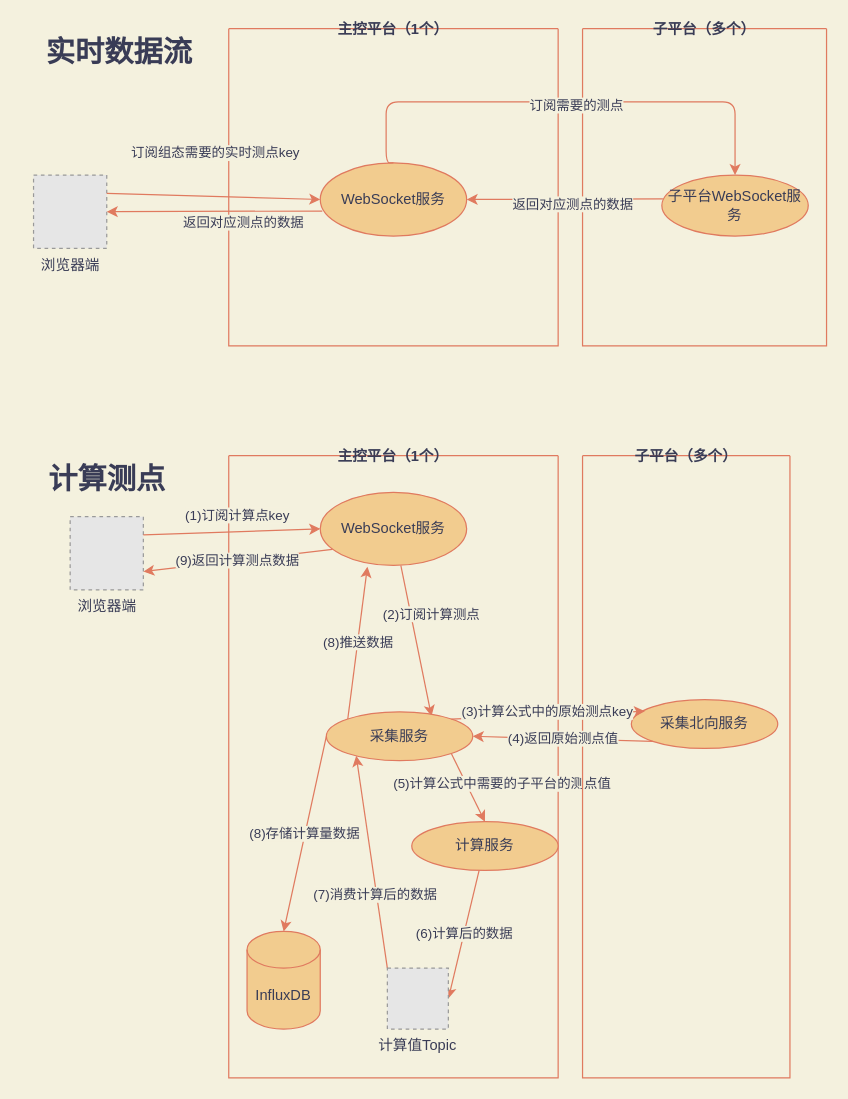
This is page "实时数据" (3 of 3) of test.drawio from Jarris3154/drawios, a draw.io file, before an edit. Source tidied: cells renumbered, new cells numbered last; positions are measured from the earlier drawing's top-left corner, leaving out a move shared by most shapes. Both pictures are drawn from the tidied source at 122%, with x=0, y=0 at pixel (21, 28). Pictures stored in the file or linked from it are replaced by grey dashed boxes.
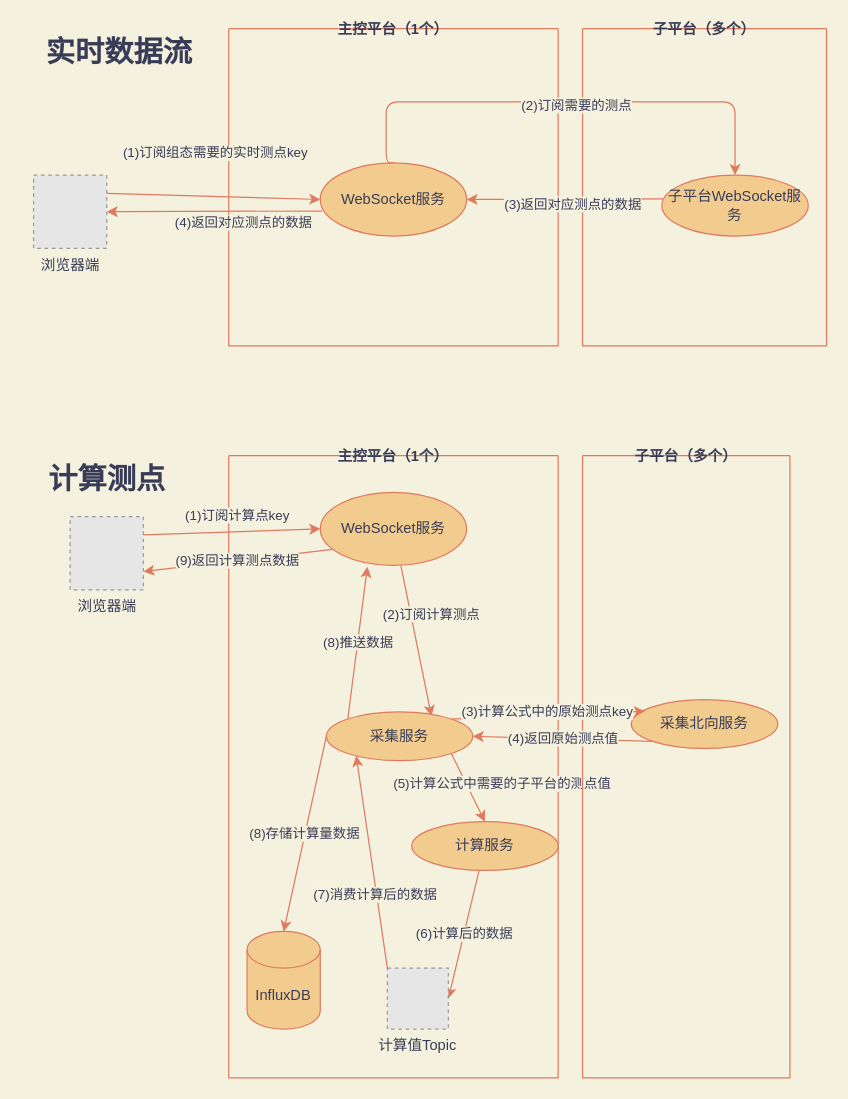
The same diagram, later.

Commit message:
更新实时数据的序列

The change refers to these unchanged cells:
```xml
<mxCell id="5" style="endArrow=classic;html=1;entryX=0;entryY=0.5;entryDx=0;entryDy=0;exitX=1;exitY=0.25;exitDx=0;exitDy=0;strokeColor=#E07A5F;fontColor=#393C56;labelBackgroundColor=#F4F1DE;" parent="1" edge="1" source="2" target="4">
  <mxGeometry relative="1" as="geometry" />
</mxCell>
<mxCell id="9" style="edgeStyle=orthogonalEdgeStyle;jettySize=auto;html=1;exitX=0.5;exitY=0;exitDx=0;exitDy=0;entryX=0.5;entryY=0;entryDx=0;entryDy=0;strokeColor=#E07A5F;fontColor=#393C56;labelBackgroundColor=#F4F1DE;" parent="1" edge="1" source="4" target="8">
  <mxGeometry relative="1" as="geometry">
    <Array as="points">
      <mxPoint x="299" y="60" />
      <mxPoint x="585" y="60" />
    </Array>
  </mxGeometry>
</mxCell>
<mxCell id="11" style="endArrow=classic;html=1;exitX=0.007;exitY=0.39;exitDx=0;exitDy=0;exitPerimeter=0;entryX=1;entryY=0.5;entryDx=0;entryDy=0;strokeColor=#E07A5F;fontColor=#393C56;labelBackgroundColor=#F4F1DE;" parent="1" edge="1" source="8" target="4">
  <mxGeometry relative="1" as="geometry" />
</mxCell>
<mxCell id="13" style="endArrow=classic;html=1;exitX=0.014;exitY=0.658;exitDx=0;exitDy=0;exitPerimeter=0;entryX=1;entryY=0.5;entryDx=0;entryDy=0;strokeColor=#E07A5F;fontColor=#393C56;labelBackgroundColor=#F4F1DE;" parent="1" edge="1" source="4" target="2">
  <mxGeometry relative="1" as="geometry" />
</mxCell>
```

Change to the diagram source:
```diff
@@
-    <mxCell id="6" value="订阅组态需要的实时测点key" style="edgeLabel;html=1;align=center;verticalAlign=middle;fontColor=#393C56;labelBackgroundColor=#F4F1DE;" parent="5" vertex="1">
+    <mxCell id="6" value="(1)订阅组态需要的实时测点key" style="edgeLabel;html=1;align=center;verticalAlign=middle;fontColor=#393C56;labelBackgroundColor=#F4F1DE;" parent="5" vertex="1">
       <mxGeometry x="-0.71" y="2" relative="1" as="geometry">
         <mxPoint x="63" y="-32" as="offset" />
       </mxGeometry>
     </mxCell>
@@
-    <mxCell id="10" value="订阅需要的测点" style="edgeLabel;html=1;align=center;verticalAlign=middle;fontColor=#393C56;labelBackgroundColor=#F4F1DE;" parent="9" vertex="1">
+    <mxCell id="10" value="(2)订阅需要的测点" style="edgeLabel;html=1;align=center;verticalAlign=middle;fontColor=#393C56;labelBackgroundColor=#F4F1DE;" parent="9" vertex="1">
       <mxGeometry x="0.05" y="-2" relative="1" as="geometry" />
     </mxCell>
@@
-    <mxCell id="12" value="返回对应测点的数据" style="edgeLabel;html=1;align=center;verticalAlign=middle;fontColor=#393C56;labelBackgroundColor=#F4F1DE;" parent="11" vertex="1">
+    <mxCell id="12" value="(3)返回对应测点的数据" style="edgeLabel;html=1;align=center;verticalAlign=middle;fontColor=#393C56;labelBackgroundColor=#F4F1DE;" parent="11" vertex="1">
       <mxGeometry x="-0.49" y="2" relative="1" as="geometry">
         <mxPoint x="-33" y="2" as="offset" />
       </mxGeometry>
     </mxCell>
@@
-    <mxCell id="14" value="返回对应测点的数据" style="edgeLabel;html=1;align=center;verticalAlign=middle;fontColor=#393C56;labelBackgroundColor=#F4F1DE;" parent="13" vertex="1">
+    <mxCell id="14" value="(4)返回对应测点的数据" style="edgeLabel;html=1;align=center;verticalAlign=middle;fontColor=#393C56;labelBackgroundColor=#F4F1DE;" parent="13" vertex="1">
       <mxGeometry x="-0.39" y="2" relative="1" as="geometry">
         <mxPoint x="-11" y="7" as="offset" />
       </mxGeometry>
     </mxCell>
```
